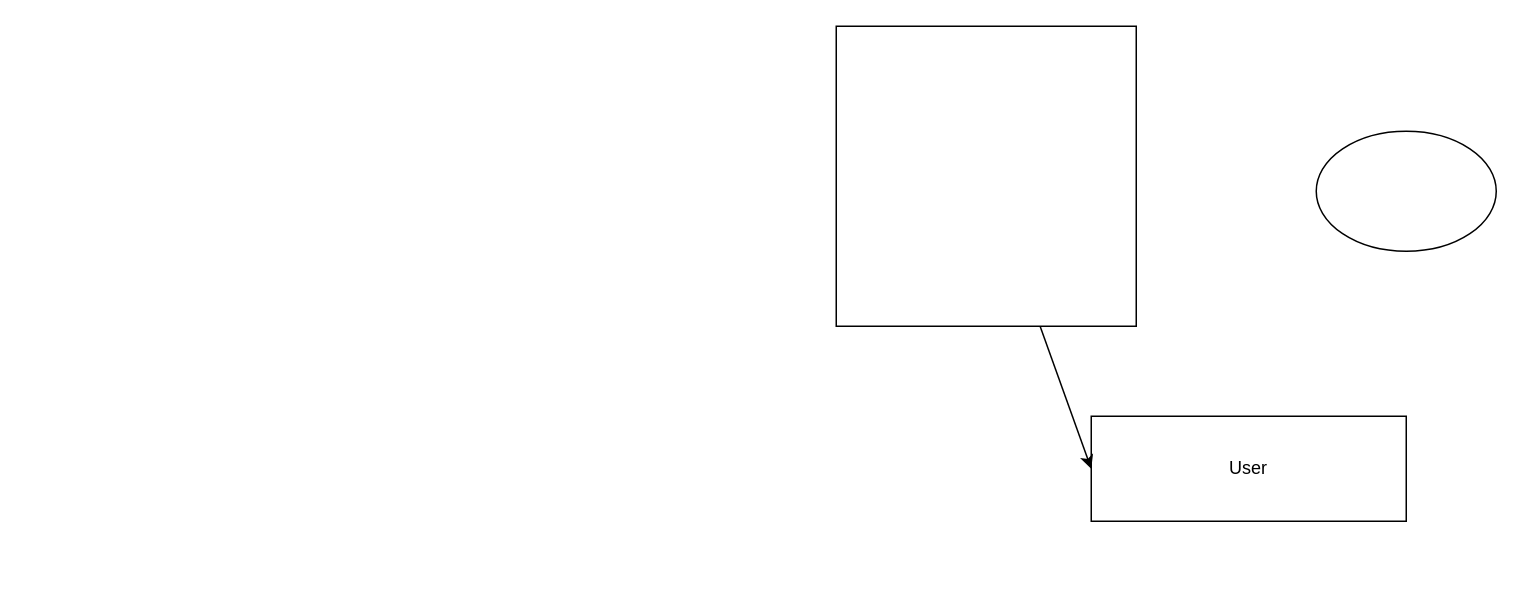
Above: Untitled Diagram.drawio in 04wakeup/youtube_clone (draw.io), before the change. Source tidied: cells renumbered, new cells numbered last; positions are measured from the earlier drawing's top-left corner, leaving out a move shared by most shapes. Both pictures are drawn from the tidied source at 150%, with x=0, y=0 at pixel (836, 26).
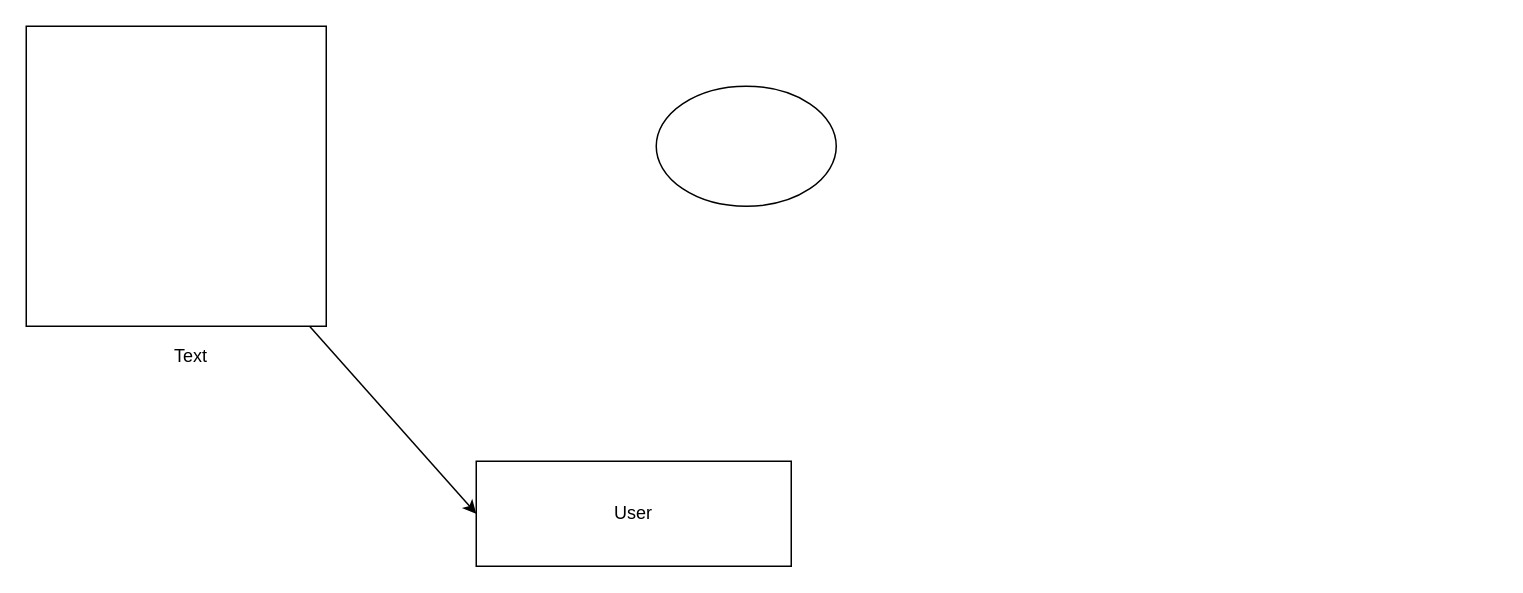
Above is the later version.

What changed in the source:
```diff
@@
 <mxGraphModel>
   <root>
     <mxCell id="0" />
     <mxCell id="1" parent="0" />
     <mxCell id="2" style="whiteSpace=wrap;html=1;" parent="1" vertex="1">
-      <mxGeometry width="200" height="200" as="geometry" />
+      <mxGeometry x="-540" width="200" height="200" as="geometry" />
     </mxCell>
     <mxCell id="3" value="User" style="rounded=0;whiteSpace=wrap;html=1;" parent="1" vertex="1">
-      <mxGeometry x="170" y="260" width="210" height="70" as="geometry" />
+      <mxGeometry x="-240" y="290" width="210" height="70" as="geometry" />
     </mxCell>
     <mxCell id="4" style="endArrow=classic;html=1;entryX=0;entryY=0.5;entryDx=0;entryDy=0;" parent="1" edge="1" source="2" target="3">
       <mxGeometry relative="1" as="geometry" />
     </mxCell>
     <mxCell id="5" style="ellipse;whiteSpace=wrap;html=1;" parent="1" vertex="1">
-      <mxGeometry x="320" y="70" width="120" height="80" as="geometry" />
+      <mxGeometry x="-120" y="40" width="120" height="80" as="geometry" />
     </mxCell>
+    <mxCell id="6" value="Text" style="text;html=1;strokeColor=none;fillColor=none;align=center;verticalAlign=middle;whiteSpace=wrap;rounded=0;" parent="1" vertex="1">
+      <mxGeometry x="-490" y="210" width="120" height="20" as="geometry" />
+    </mxCell>
   </root>
 </mxGraphModel>
```
